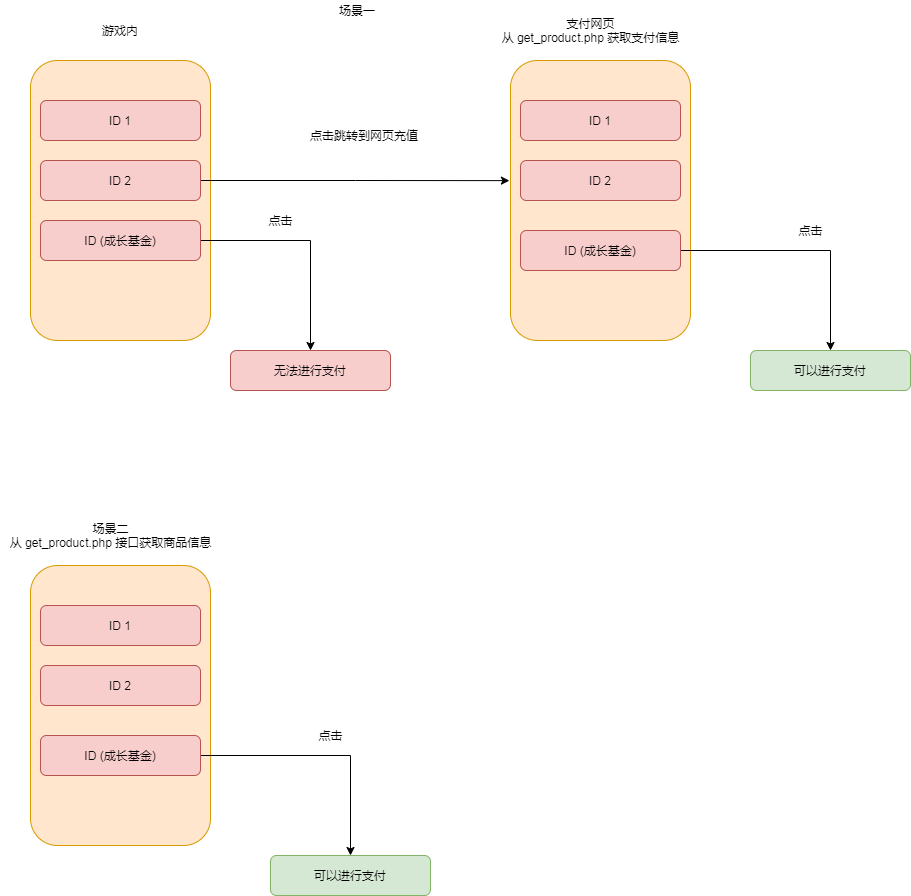
This is test.png from 350258655/image, a draw.io export, as it was before one commit. Source tidied: cells renumbered, new cells last; positions are measured from the earlier drawing's top-left corner, leaving out a move shared by most shapes.
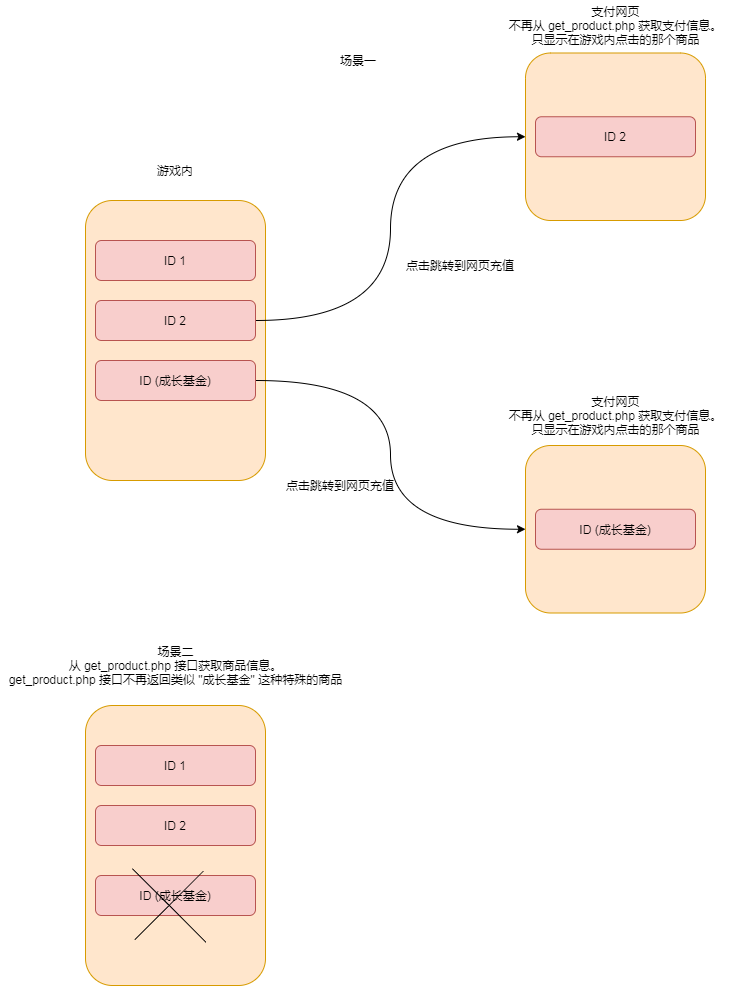
The same file after the commit.

Diff of the diagram source:
```diff
@@ -8,58 +8,32 @@
     <mxCell id="3" value="ID 1" style="rounded=1;whiteSpace=wrap;html=1;fillColor=#f8cecc;strokeColor=#b85450;" parent="1" vertex="1">
       <mxGeometry x="40" y="100" width="160" height="40" as="geometry" />
     </mxCell>
-    <mxCell id="4" style="edgeStyle=orthogonalEdgeStyle;rounded=0;jettySize=auto;html=1;entryX=-0.006;entryY=0.429;entryDx=0;entryDy=0;entryPerimeter=0;" parent="1" edge="1" source="5" target="12">
+    <mxCell id="4" style="edgeStyle=orthogonalEdgeStyle;rounded=0;jettySize=auto;html=1;entryX=0;entryY=0.5;entryDx=0;entryDy=0;curved=1;" parent="1" edge="1" source="5" target="12">
       <mxGeometry relative="1" as="geometry" />
     </mxCell>
     <mxCell id="5" value="ID 2" style="rounded=1;whiteSpace=wrap;html=1;fillColor=#f8cecc;strokeColor=#b85450;" parent="1" vertex="1">
       <mxGeometry x="40" y="160" width="160" height="40" as="geometry" />
     </mxCell>
-    <mxCell id="6" style="edgeStyle=orthogonalEdgeStyle;rounded=0;jettySize=auto;html=1;" parent="1" edge="1" source="7">
-      <mxGeometry relative="1" as="geometry">
-        <mxPoint x="310" y="350" as="targetPoint" />
-      </mxGeometry>
-    </mxCell>
+    <mxCell id="29" style="edgeStyle=orthogonalEdgeStyle;rounded=0;jettySize=auto;html=1;entryX=0;entryY=0.5;entryDx=0;entryDy=0;curved=1;" parent="1" edge="1" source="7" target="30">
+      <mxGeometry relative="1" as="geometry" />
+    </mxCell>
     <mxCell id="7" value="ID (成长基金)" style="rounded=1;whiteSpace=wrap;html=1;fillColor=#f8cecc;strokeColor=#b85450;" parent="1" vertex="1">
       <mxGeometry x="40" y="220" width="160" height="40" as="geometry" />
     </mxCell>
-    <mxCell id="8" value="无法进行支付" style="rounded=1;whiteSpace=wrap;html=1;fillColor=#f8cecc;strokeColor=#b85450;" parent="1" vertex="1">
-      <mxGeometry x="230" y="350" width="160" height="40" as="geometry" />
-    </mxCell>
     <mxCell id="9" value="点击跳转到网页充值" style="text;html=1;strokeColor=none;fillColor=none;align=center;verticalAlign=middle;whiteSpace=wrap;rounded=0;" parent="1" vertex="1">
-      <mxGeometry x="299" y="120" width="130" height="30" as="geometry" />
+      <mxGeometry x="340" y="110" width="130" height="30" as="geometry" />
     </mxCell>
     <mxCell id="10" value="游戏内" style="text;html=1;strokeColor=none;fillColor=none;align=center;verticalAlign=middle;whiteSpace=wrap;rounded=0;" parent="1" vertex="1">
       <mxGeometry x="80" y="20" width="80" height="20" as="geometry" />
     </mxCell>
-    <mxCell id="11" value="点击" style="text;html=1;align=center;verticalAlign=middle;strokeColor=none;" parent="1" vertex="1">
-      <mxGeometry x="260" y="210" width="40" height="20" as="geometry" />
-    </mxCell>
     <mxCell id="12" style="whiteSpace=wrap;html=1;fillColor=#ffe6cc;strokeColor=#d79b00;rounded=1;" parent="1" vertex="1">
-      <mxGeometry x="510" y="60" width="180" height="280" as="geometry" />
+      <mxGeometry x="470" y="-87.5" width="180" height="167.5" as="geometry" />
     </mxCell>
-    <mxCell id="13" value="ID 1" style="rounded=1;whiteSpace=wrap;html=1;fillColor=#f8cecc;strokeColor=#b85450;" parent="1" vertex="1">
-      <mxGeometry x="520" y="100" width="160" height="40" as="geometry" />
-    </mxCell>
     <mxCell id="14" value="ID 2" style="rounded=1;whiteSpace=wrap;html=1;fillColor=#f8cecc;strokeColor=#b85450;" parent="1" vertex="1">
-      <mxGeometry x="520" y="160" width="160" height="40" as="geometry" />
+      <mxGeometry x="480" y="-23.8" width="160" height="40" as="geometry" />
     </mxCell>
-    <mxCell id="15" style="edgeStyle=orthogonalEdgeStyle;rounded=0;jettySize=auto;html=1;entryX=0.5;entryY=0;entryDx=0;entryDy=0;" parent="1" edge="1" source="16" target="18">
-      <mxGeometry relative="1" as="geometry" />
-    </mxCell>
-    <mxCell id="16" value="ID (成长基金)" style="rounded=1;whiteSpace=wrap;html=1;fillColor=#f8cecc;strokeColor=#b85450;" parent="1" vertex="1">
-      <mxGeometry x="520" y="230" width="160" height="40" as="geometry" />
-    </mxCell>
-    <mxCell id="17" value="支付网页&lt;br&gt;从 get_product.php 获取支付信息" style="text;html=1;align=center;verticalAlign=middle;strokeColor=none;" parent="1" vertex="1">
-      <mxGeometry x="495" y="15" width="190" height="30" as="geometry" />
-    </mxCell>
-    <mxCell id="18" value="可以进行支付" style="rounded=1;whiteSpace=wrap;html=1;fillColor=#d5e8d4;strokeColor=#82b366;" parent="1" vertex="1">
-      <mxGeometry x="750" y="350" width="160" height="40" as="geometry" />
-    </mxCell>
-    <mxCell id="19" value="点击" style="text;html=1;align=center;verticalAlign=middle;strokeColor=none;" parent="1" vertex="1">
-      <mxGeometry x="790" y="220" width="40" height="20" as="geometry" />
-    </mxCell>
     <mxCell id="20" value="场景一" style="text;html=1;strokeColor=none;fillColor=none;align=center;verticalAlign=middle;whiteSpace=wrap;rounded=0;" parent="1" vertex="1">
-      <mxGeometry x="324" width="66" height="20" as="geometry" />
+      <mxGeometry x="270" y="-90" width="66" height="20" as="geometry" />
     </mxCell>
     <mxCell id="21" style="whiteSpace=wrap;html=1;fillColor=#ffe6cc;strokeColor=#d79b00;rounded=1;" parent="1" vertex="1">
       <mxGeometry x="30" y="565" width="180" height="280" as="geometry" />
@@ -70,20 +44,29 @@
     <mxCell id="23" value="ID 2" style="rounded=1;whiteSpace=wrap;html=1;fillColor=#f8cecc;strokeColor=#b85450;" parent="1" vertex="1">
       <mxGeometry x="40" y="665" width="160" height="40" as="geometry" />
     </mxCell>
-    <mxCell id="24" style="edgeStyle=orthogonalEdgeStyle;rounded=0;jettySize=auto;html=1;entryX=0.5;entryY=0;entryDx=0;entryDy=0;" parent="1" edge="1" source="25" target="27">
-      <mxGeometry relative="1" as="geometry" />
-    </mxCell>
     <mxCell id="25" value="ID (成长基金)" style="rounded=1;whiteSpace=wrap;html=1;fillColor=#f8cecc;strokeColor=#b85450;" parent="1" vertex="1">
       <mxGeometry x="40" y="735" width="160" height="40" as="geometry" />
     </mxCell>
-    <mxCell id="26" value="场景二&lt;br&gt;从 get_product.php 接口获取商品信息" style="text;html=1;align=center;verticalAlign=middle;strokeColor=none;" parent="1" vertex="1">
-      <mxGeometry y="520" width="220" height="30" as="geometry" />
+    <mxCell id="26" value="场景二&lt;br&gt;从 get_product.php 接口获取商品信息。&lt;br&gt;get_product.php 接口不再返回类似 &quot;成长基金&quot; 这种特殊的商品" style="text;html=1;align=center;verticalAlign=middle;strokeColor=none;" parent="1" vertex="1">
+      <mxGeometry x="-55" y="500" width="350" height="50" as="geometry" />
     </mxCell>
-    <mxCell id="27" value="可以进行支付" style="rounded=1;whiteSpace=wrap;html=1;fillColor=#d5e8d4;strokeColor=#82b366;" parent="1" vertex="1">
-      <mxGeometry x="270" y="855" width="160" height="40" as="geometry" />
-    </mxCell>
-    <mxCell id="28" value="点击" style="text;html=1;align=center;verticalAlign=middle;strokeColor=none;" parent="1" vertex="1">
-      <mxGeometry x="310" y="725" width="40" height="20" as="geometry" />
-    </mxCell>
+    <mxCell id="30" style="whiteSpace=wrap;html=1;fillColor=#ffe6cc;strokeColor=#d79b00;rounded=1;" parent="1" vertex="1">
+      <mxGeometry x="470" y="305" width="180" height="167.5" as="geometry" />
+    </mxCell>
+    <mxCell id="31" value="支付网页&lt;br&gt;不再从 get_product.php 获取支付信息。&lt;br&gt;只显示在游戏内点击的那个商品" style="text;html=1;align=center;verticalAlign=middle;strokeColor=none;" parent="1" vertex="1">
+      <mxGeometry x="445" y="250" width="230" height="50" as="geometry" />
+    </mxCell>
+    <mxCell id="16" value="ID (成长基金)" style="rounded=1;whiteSpace=wrap;html=1;fillColor=#f8cecc;strokeColor=#b85450;" parent="1" vertex="1">
+      <mxGeometry x="480" y="368.8" width="160" height="40" as="geometry" />
+    </mxCell>
+    <mxCell id="32" value="点击跳转到网页充值" style="text;html=1;strokeColor=none;fillColor=none;align=center;verticalAlign=middle;whiteSpace=wrap;rounded=0;" parent="1" vertex="1">
+      <mxGeometry x="220" y="330" width="130" height="30" as="geometry" />
+    </mxCell>
+    <mxCell id="33" value="支付网页&lt;br&gt;不再从 get_product.php 获取支付信息。&lt;br&gt;只显示在游戏内点击的那个商品" style="text;html=1;align=center;verticalAlign=middle;strokeColor=none;" parent="1" vertex="1">
+      <mxGeometry x="445" y="-140" width="230" height="50" as="geometry" />
+    </mxCell>
+    <mxCell id="34" style="shape=cross;whiteSpace=wrap;html=1;rounded=1;rotation=45;size=0;direction=south;" parent="1" vertex="1">
+      <mxGeometry x="61.8" y="716.6" width="103.7" height="96.6" as="geometry" />
+    </mxCell>
   </root>
 </mxGraphModel>
```
